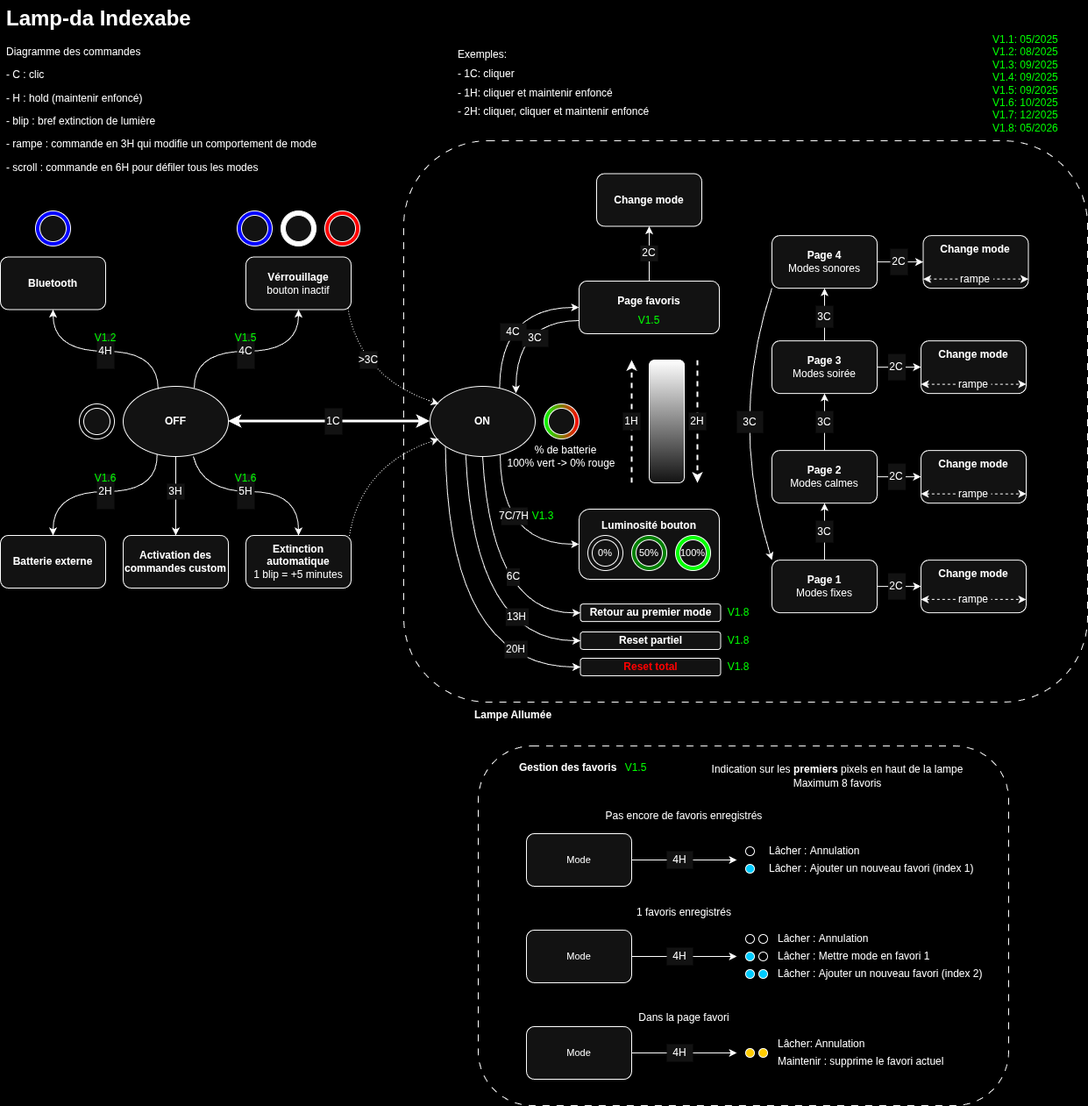
The draw.io diagram Medias/Diagramme_commandes-Indexable.png in BaptisteHudyma/Lamp-Da, before a commit. Source tidied: cells renumbered, new cells last; positions are measured from the earlier drawing's top-left corner, leaving out a move shared by most shapes.
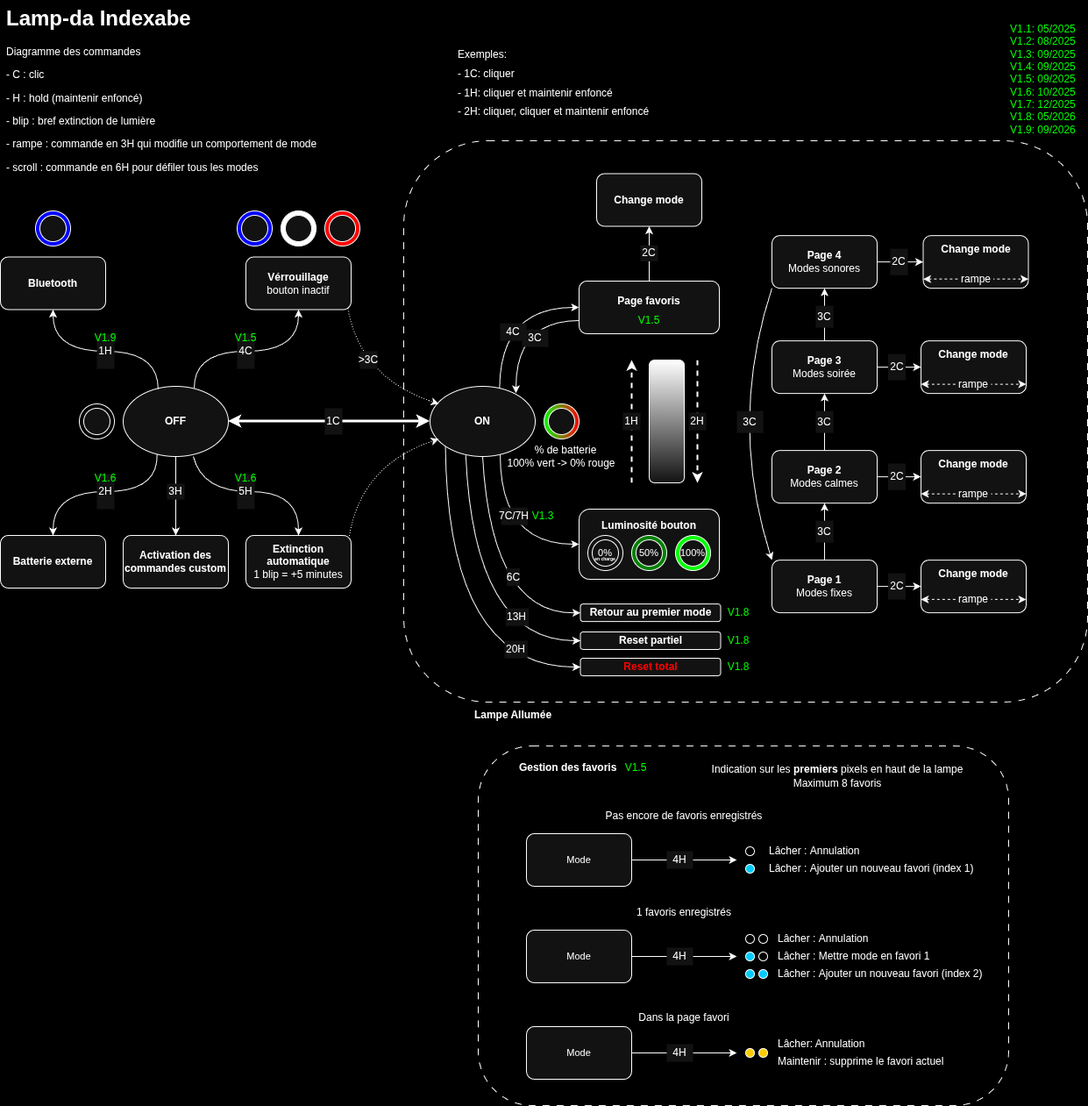
The same file after the commit.

What changed in the source:
```diff
@@ -206,9 +206,6 @@
     <mxCell id="57" value="&amp;gt;3C" style="text;html=1;align=center;verticalAlign=middle;whiteSpace=wrap;rounded=0;fillColor=default;" parent="1" vertex="1">
       <mxGeometry x="410" y="400" width="20" height="20" as="geometry" />
     </mxCell>
-    <mxCell id="58" value="V1.1: 05/2025&lt;div&gt;V1.2: 08/2025&lt;/div&gt;&lt;div&gt;V1.3: 09/2025&lt;/div&gt;&lt;div&gt;V1.4: 09/2025&lt;/div&gt;&lt;div&gt;V1.5: 09/2025&lt;/div&gt;&lt;div&gt;V1.6: 10/2025&lt;/div&gt;&lt;div&gt;V1.7: 12/2025&lt;/div&gt;&lt;div&gt;V1.8: 05/2026&lt;/div&gt;" style="text;html=1;align=left;verticalAlign=middle;whiteSpace=wrap;rounded=0;fontColor=#00FF00;" parent="1" vertex="1">
-      <mxGeometry x="1130" y="40" width="80" height="110" as="geometry" />
-    </mxCell>
     <mxCell id="59" value="V1.3" style="text;html=1;align=center;verticalAlign=middle;whiteSpace=wrap;rounded=0;fontColor=#00FF00;" parent="1" vertex="1">
       <mxGeometry x="588.8" y="573.1" width="60" height="30" as="geometry" />
     </mxCell>
@@ -266,10 +263,10 @@
         </Array>
       </mxGeometry>
     </mxCell>
-    <mxCell id="73" value="4H" style="text;html=1;align=center;verticalAlign=middle;whiteSpace=wrap;rounded=0;fillColor=default;" parent="1" vertex="1">
+    <mxCell id="73" value="1H" style="text;html=1;align=center;verticalAlign=middle;whiteSpace=wrap;rounded=0;fillColor=default;" parent="1" vertex="1">
       <mxGeometry x="110" y="380" width="20" height="40" as="geometry" />
     </mxCell>
-    <mxCell id="74" value="V1.2" style="text;html=1;align=center;verticalAlign=middle;whiteSpace=wrap;rounded=0;fontColor=#00FF00;" parent="1" vertex="1">
+    <mxCell id="74" value="V1.9" style="text;html=1;align=center;verticalAlign=middle;whiteSpace=wrap;rounded=0;fontColor=#00FF00;" parent="1" vertex="1">
       <mxGeometry x="90" y="370" width="60" height="30" as="geometry" />
     </mxCell>
     <mxCell id="75" style="ellipse;whiteSpace=wrap;html=1;fillColor=#0000FF;" parent="1" vertex="1">
@@ -528,5 +525,11 @@
     <mxCell id="149" value="&lt;span style=&quot;background-color: light-dark(#ffffff, var(--ge-dark-color, #121212));&quot;&gt;3H&lt;/span&gt;" style="text;html=1;align=center;verticalAlign=middle;whiteSpace=wrap;rounded=0;fillColor=default;" parent="1" vertex="1">
       <mxGeometry x="190" y="550.9" width="20" height="18.1" as="geometry" />
     </mxCell>
+    <mxCell id="150" value="V1.1: 05/2025&lt;div&gt;V1.2: 08/2025&lt;/div&gt;&lt;div&gt;V1.3: 09/2025&lt;/div&gt;&lt;div&gt;V1.4: 09/2025&lt;/div&gt;&lt;div&gt;V1.5: 09/2025&lt;/div&gt;&lt;div&gt;V1.6: 10/2025&lt;/div&gt;&lt;div&gt;V1.7: 12/2025&lt;br&gt;&lt;/div&gt;&lt;div&gt;&lt;div&gt;V1.8: 05/2026&lt;/div&gt;&lt;div&gt;V1.9: 09/2026&lt;/div&gt;&lt;/div&gt;" style="text;html=1;align=left;verticalAlign=middle;whiteSpace=wrap;rounded=0;fontColor=#00FF00;" parent="1" vertex="1">
+      <mxGeometry x="1150" y="30" width="80" height="120" as="geometry" />
+    </mxCell>
+    <mxCell id="151" value="&lt;font style=&quot;font-size: 5px;&quot;&gt;&lt;b&gt;en charge&lt;/b&gt;&lt;/font&gt;" style="text;html=1;whiteSpace=wrap;strokeColor=none;fillColor=none;align=center;verticalAlign=middle;rounded=0;" parent="1" vertex="1">
+      <mxGeometry x="660" y="620" width="60" height="30" as="geometry" />
+    </mxCell>
   </root>
 </mxGraphModel>
```
